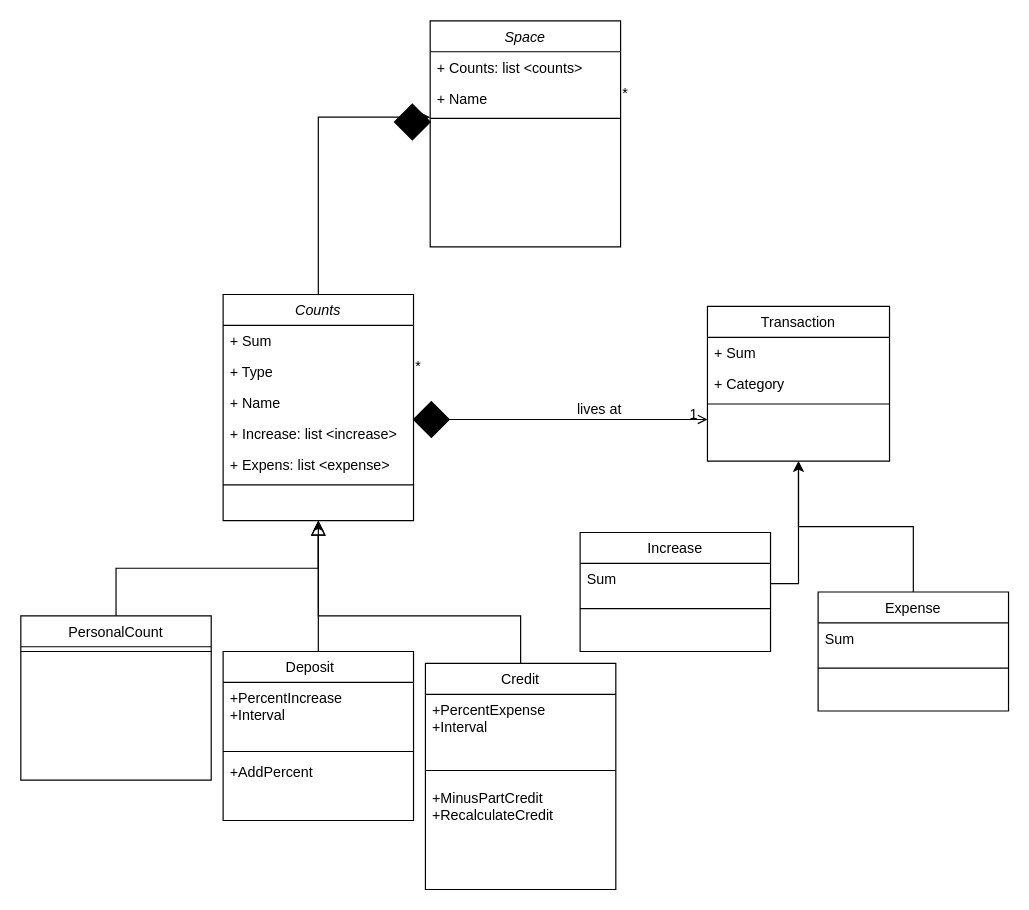
Earlier version of the draw.io diagram FinanceAnalytic/Untitled Diagram.drawio (klokgd/FinanceAnalytic). Source tidied: cells renumbered, new cells numbered last; positions are measured from the earlier drawing's top-left corner, leaving out a move shared by most shapes. Both pictures are drawn from the tidied source at 119%, with x=0, y=0 at pixel (20, 20).
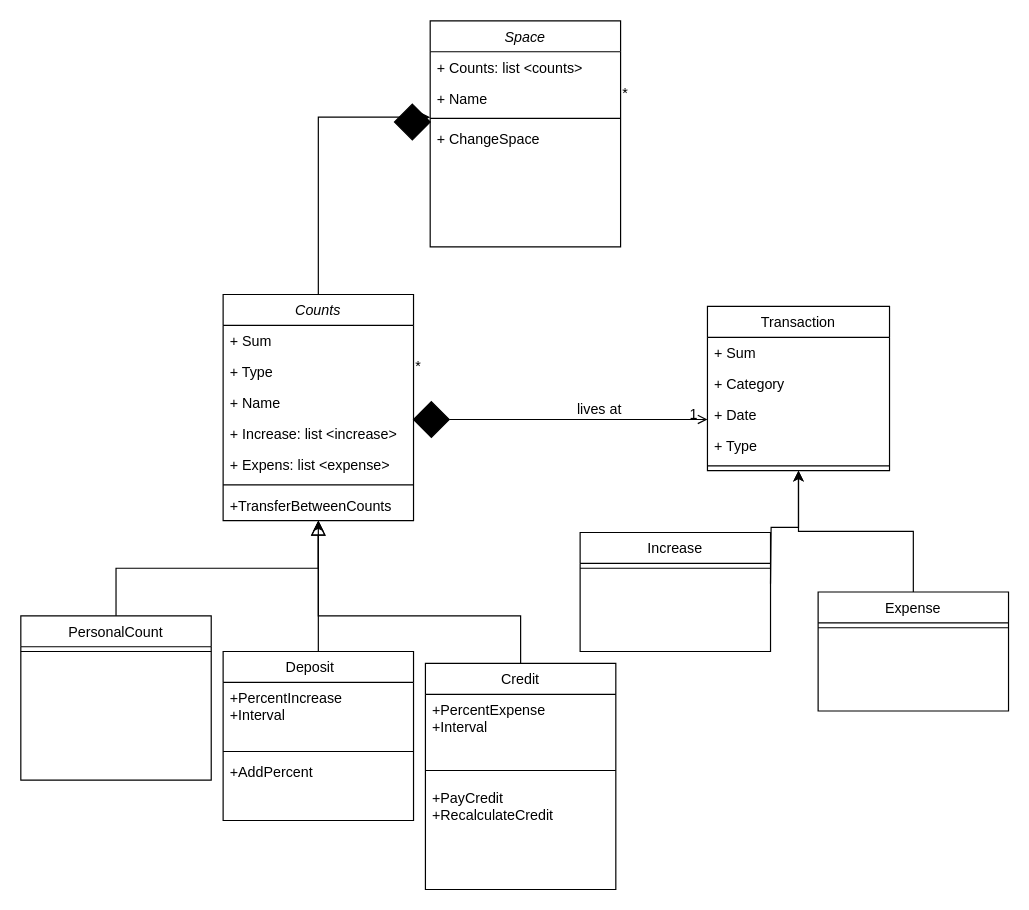
The same diagram, later.

Unchanged cells that the change refers to:
```xml
<mxCell id="3" value="Counts" style="swimlane;fontStyle=2;align=center;verticalAlign=top;horizontal=1;startSize=26;rounded=0;shadow=0;strokeWidth=1;" parent="1" vertex="1">
  <mxGeometry x="170" y="230" width="160" height="190" as="geometry" />
</mxCell>
<mxCell id="26" value="Credit" style="swimlane;fontStyle=0;align=center;verticalAlign=top;horizontal=1;startSize=26;rounded=0;shadow=0;strokeWidth=1;" parent="1" vertex="1">
  <mxGeometry x="340" y="540" width="160" height="190" as="geometry" />
</mxCell>
<mxCell id="30" value="Increase" style="swimlane;fontStyle=0;align=center;verticalAlign=top;horizontal=1;startSize=26;rounded=0;shadow=0;strokeWidth=1;" parent="1" vertex="1">
  <mxGeometry x="470" y="430" width="160" height="100" as="geometry" />
</mxCell>
<mxCell id="37" value="Expense" style="swimlane;fontStyle=0;align=center;verticalAlign=top;horizontal=1;startSize=26;rounded=0;shadow=0;strokeWidth=1;" parent="1" vertex="1">
  <mxGeometry x="670" y="480" width="160" height="100" as="geometry" />
</mxCell>
<mxCell id="41" value="Space" style="swimlane;fontStyle=2;align=center;verticalAlign=top;horizontal=1;startSize=26;rounded=0;shadow=0;strokeWidth=1;" parent="1" vertex="1">
  <mxGeometry x="344" width="160" height="190" as="geometry" />
</mxCell>
```

Change to the diagram source:
```diff
@@
+    <mxCell id="48" value="+TransferBetweenCounts" style="text;align=left;verticalAlign=top;spacingLeft=4;spacingRight=4;overflow=hidden;rounded=0;shadow=0;html=0;" parent="3" vertex="1">
+      <mxGeometry y="164" width="160" height="26" as="geometry" />
+    </mxCell>
@@
     <mxCell id="18" value="Transaction" style="swimlane;fontStyle=0;align=center;verticalAlign=top;horizontal=1;startSize=26;rounded=0;shadow=0;strokeWidth=1;" parent="1" vertex="1">
-      <mxGeometry x="577" y="240" width="153" height="130" as="geometry" />
+      <mxGeometry x="577" y="240" width="153" height="138" as="geometry" />
     </mxCell>
@@
+    <mxCell id="49" value="+ Date" style="text;align=left;verticalAlign=top;spacingLeft=4;spacingRight=4;overflow=hidden;" parent="18" vertex="1">
+      <mxGeometry y="78" width="153" height="26" as="geometry" />
+    </mxCell>
+    <mxCell id="50" value="+ Type " style="text;align=left;verticalAlign=top;spacingLeft=4;spacingRight=4;overflow=hidden;" parent="18" vertex="1">
+      <mxGeometry y="104" width="153" height="26" as="geometry" />
+    </mxCell>
     <mxCell id="21" style="line;html=1;strokeWidth=1;align=left;verticalAlign=middle;spacingTop=-1;spacingLeft=3;spacingRight=3;labelPosition=right;" parent="18" vertex="1">
-      <mxGeometry y="78" width="153" height="8" as="geometry" />
+      <mxGeometry y="130" width="153" height="8" as="geometry" />
     </mxCell>
@@
-    <mxCell id="29" value="+MinusPartCredit&#10;+RecalculateCredit&#10;" style="text;align=left;verticalAlign=top;spacingLeft=4;spacingRight=4;overflow=hidden;" parent="26" vertex="1">
+    <mxCell id="29" value="+PayCredit&#10;+RecalculateCredit&#10;" style="text;align=left;verticalAlign=top;spacingLeft=4;spacingRight=4;overflow=hidden;" parent="26" vertex="1">
       <mxGeometry y="100" width="160" height="32" as="geometry" />
     </mxCell>
@@
-    <mxCell id="31" value="Sum" style="text;align=left;verticalAlign=top;spacingLeft=4;spacingRight=4;overflow=hidden;points=[[0,0.5],[1,0.5]];portConstraint=eastwest;" parent="30" vertex="1">
-      <mxGeometry y="26" width="160" height="34" as="geometry" />
-    </mxCell>
     <mxCell id="32" style="line;html=1;strokeWidth=1;align=left;verticalAlign=middle;spacingTop=-1;spacingLeft=3;spacingRight=3;labelPosition=right;" parent="30" vertex="1">
-      <mxGeometry y="60" width="160" height="8" as="geometry" />
+      <mxGeometry y="26" width="160" height="8" as="geometry" />
     </mxCell>
@@
-    <mxCell id="38" value="Sum" style="text;align=left;verticalAlign=top;spacingLeft=4;spacingRight=4;overflow=hidden;" parent="37" vertex="1">
-      <mxGeometry y="26" width="160" height="34" as="geometry" />
-    </mxCell>
     <mxCell id="39" style="line;html=1;strokeWidth=1;align=left;verticalAlign=middle;spacingTop=-1;spacingLeft=3;spacingRight=3;labelPosition=right;" parent="37" vertex="1">
-      <mxGeometry y="60" width="160" height="8" as="geometry" />
+      <mxGeometry y="26" width="160" height="8" as="geometry" />
     </mxCell>
-    <mxCell id="40" style="edgeStyle=orthogonalEdgeStyle;rounded=0;jettySize=auto;html=1;entryX=0.5;entryY=1;entryDx=0;entryDy=0;" parent="1" edge="1" source="31" target="18">
-      <mxGeometry relative="1" as="geometry" />
+    <mxCell id="40" style="edgeStyle=orthogonalEdgeStyle;rounded=0;jettySize=auto;html=1;entryX=0.5;entryY=1;entryDx=0;entryDy=0;" parent="1" edge="1" target="18">
+      <mxGeometry relative="1" as="geometry">
+        <mxPoint x="630" y="473.1" as="sourcePoint" />
+      </mxGeometry>
     </mxCell>
@@
+    <mxCell id="51" value="+ ChangeSpace" style="text;align=left;verticalAlign=top;spacingLeft=4;spacingRight=4;overflow=hidden;rounded=0;shadow=0;html=0;" parent="41" vertex="1">
+      <mxGeometry y="86" width="160" height="26" as="geometry" />
+    </mxCell>
```
